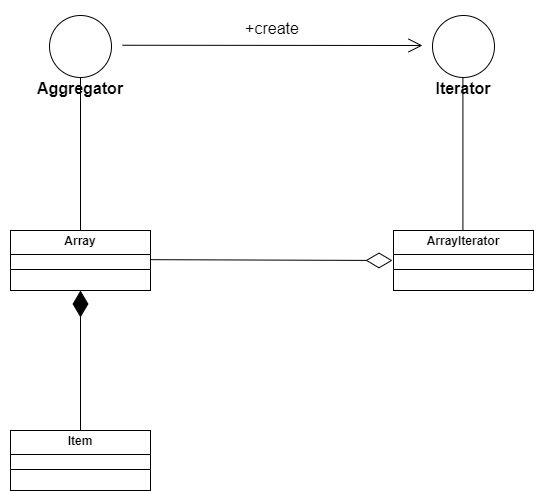
This is Iterator/designPattern-Iterator.drawio.png from Spiritrapper/DesignPattern, a draw.io export, as it was before one commit. Source tidied: cells renumbered, new cells last; positions are measured from the earlier drawing's top-left corner, leaving out a move shared by most shapes.
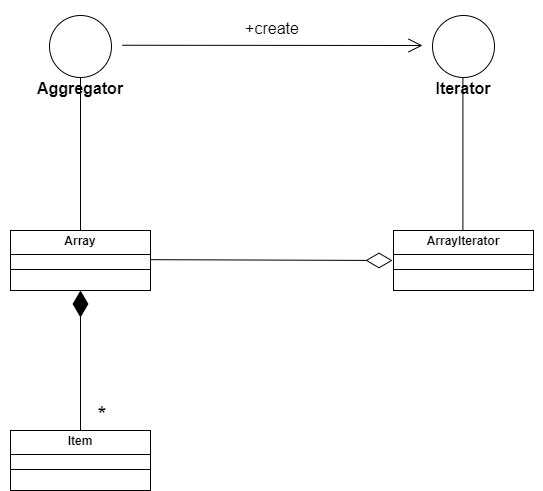
The same diagram one commit later.

What changed in the source:
```diff
@@ -52,5 +52,8 @@
     <mxCell id="14" value="+create" style="text;html=1;align=center;verticalAlign=middle;whiteSpace=wrap;rounded=0;fontSize=16;" parent="1" vertex="1">
       <mxGeometry x="192" width="160" height="55" as="geometry" />
     </mxCell>
+    <mxCell id="15" value="&lt;font style=&quot;font-size: 23px;&quot;&gt;*&lt;/font&gt;" style="text;html=1;align=center;verticalAlign=middle;whiteSpace=wrap;rounded=0;" parent="1" vertex="1">
+      <mxGeometry x="72" y="400" width="60" height="30" as="geometry" />
+    </mxCell>
   </root>
 </mxGraphModel>
```
